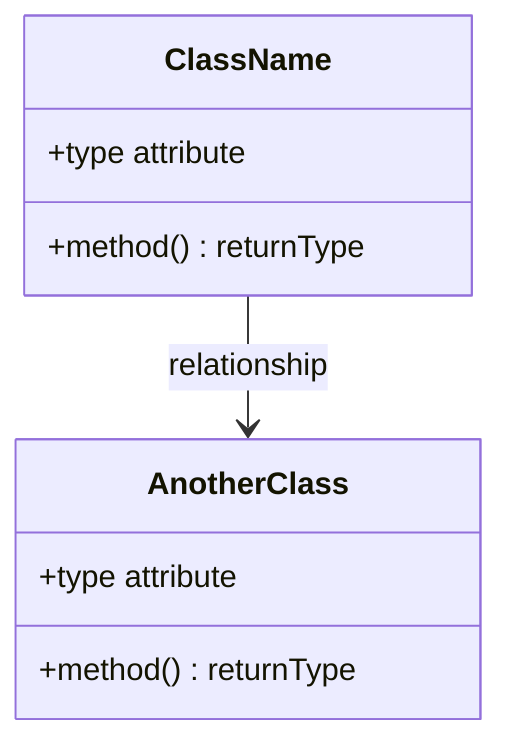
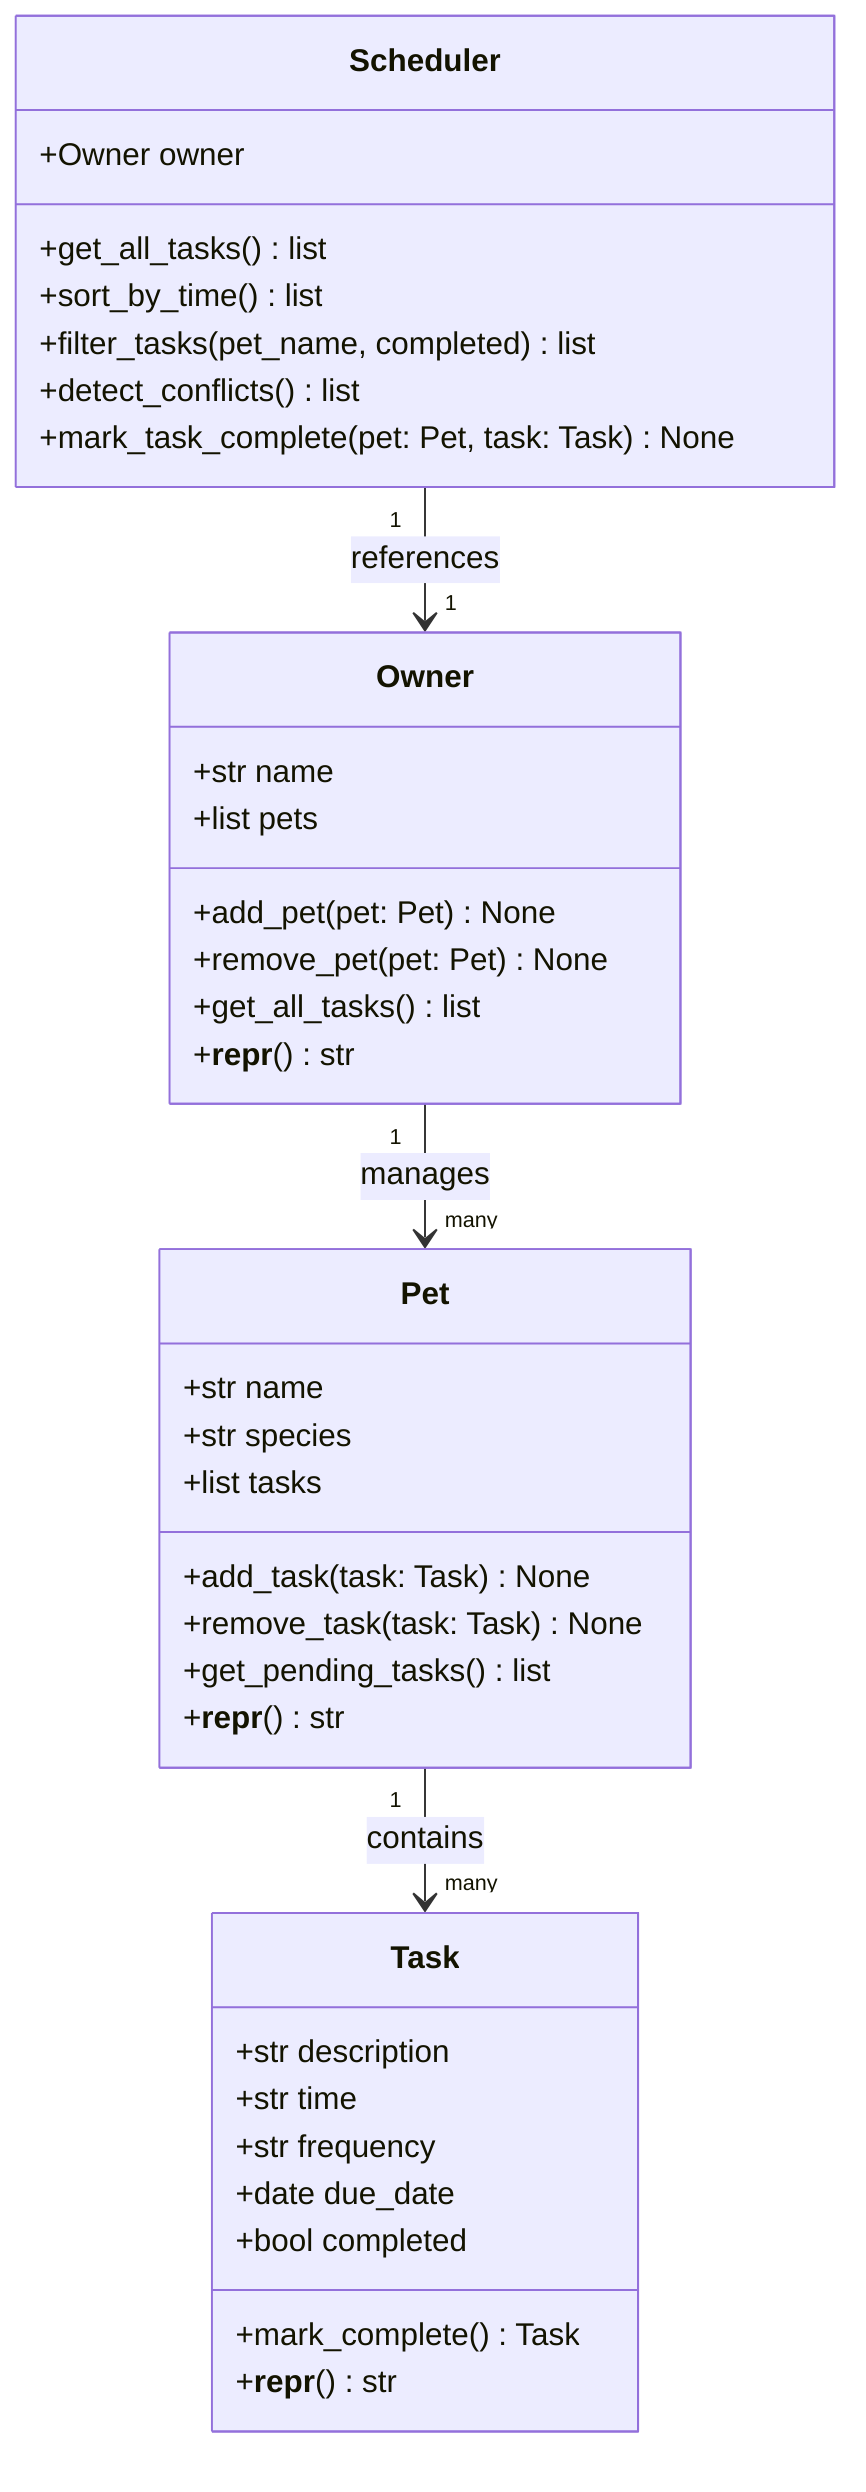
classDiagram
-     %% Replace the placeholders below with your actual classes, attributes, methods, and relationships.
-     %% Keep this file updated so it matches your final implementation.
+     %% PawPal+ UML Class Diagram
+     %% Reflects the final implementation in pawpal_system.py

-     class ClassName {
-         +type attribute
-         +method() returnType
+     class Task {
+         +str description
+         +str time
+         +str frequency
+         +date due_date
+         +bool completed
+         +mark_complete() Task
+         +__repr__() str
    }

-     class AnotherClass {
-         +type attribute
-         +method() returnType
+     class Pet {
+         +str name
+         +str species
+         +list tasks
+         +add_task(task: Task) None
+         +remove_task(task: Task) None
+         +get_pending_tasks() list
+         +__repr__() str
    }

-     ClassName --> AnotherClass : relationship
+     class Owner {
+         +str name
+         +list pets
+         +add_pet(pet: Pet) None
+         +remove_pet(pet: Pet) None
+         +get_all_tasks() list
+         +__repr__() str
+     }
+ 
+     class Scheduler {
+         +Owner owner
+         +get_all_tasks() list
+         +sort_by_time() list
+         +filter_tasks(pet_name, completed) list
+         +detect_conflicts() list
+         +mark_task_complete(pet: Pet, task: Task) None
+     }
+ 
+     Pet "1" --> "many" Task : contains
+     Owner "1" --> "many" Pet : manages
+     Scheduler "1" --> "1" Owner : references
